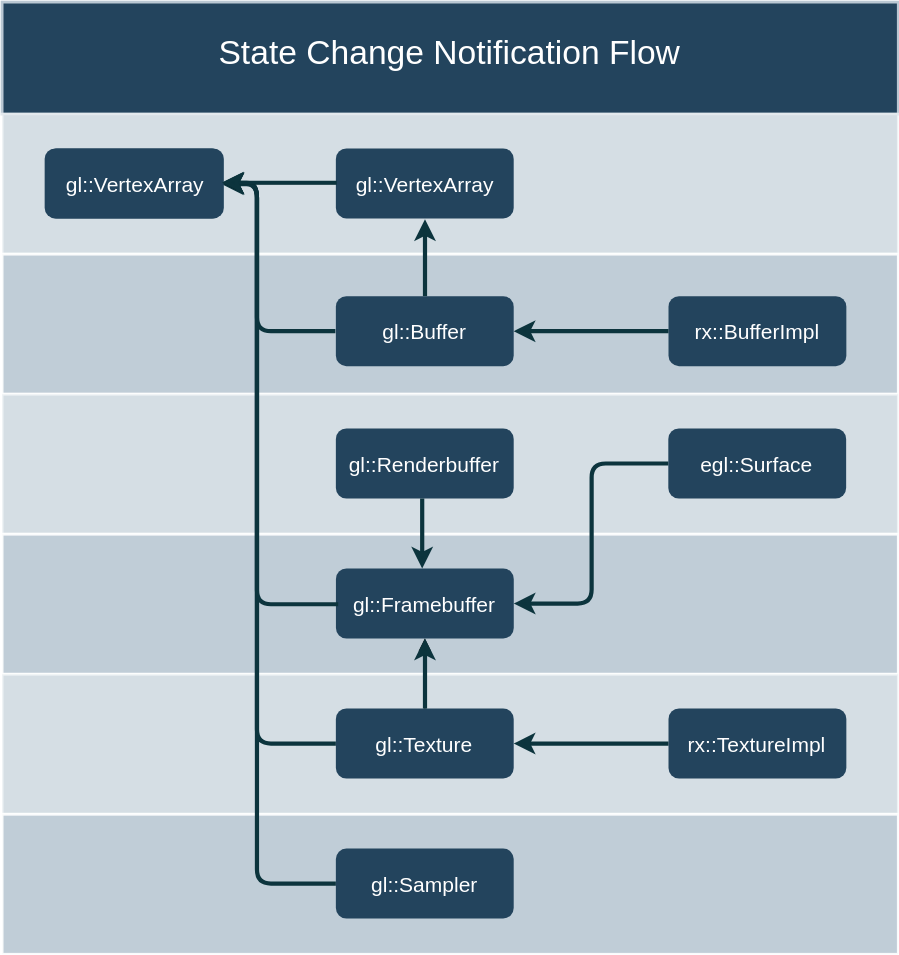
Before: doc/img/StateChangeNotificationFlow.svg, a diagram exported from draw.io (google/angle). Source tidied: cells renumbered, new cells last; positions are measured from the earlier drawing's top-left corner, leaving out a move shared by most shapes.
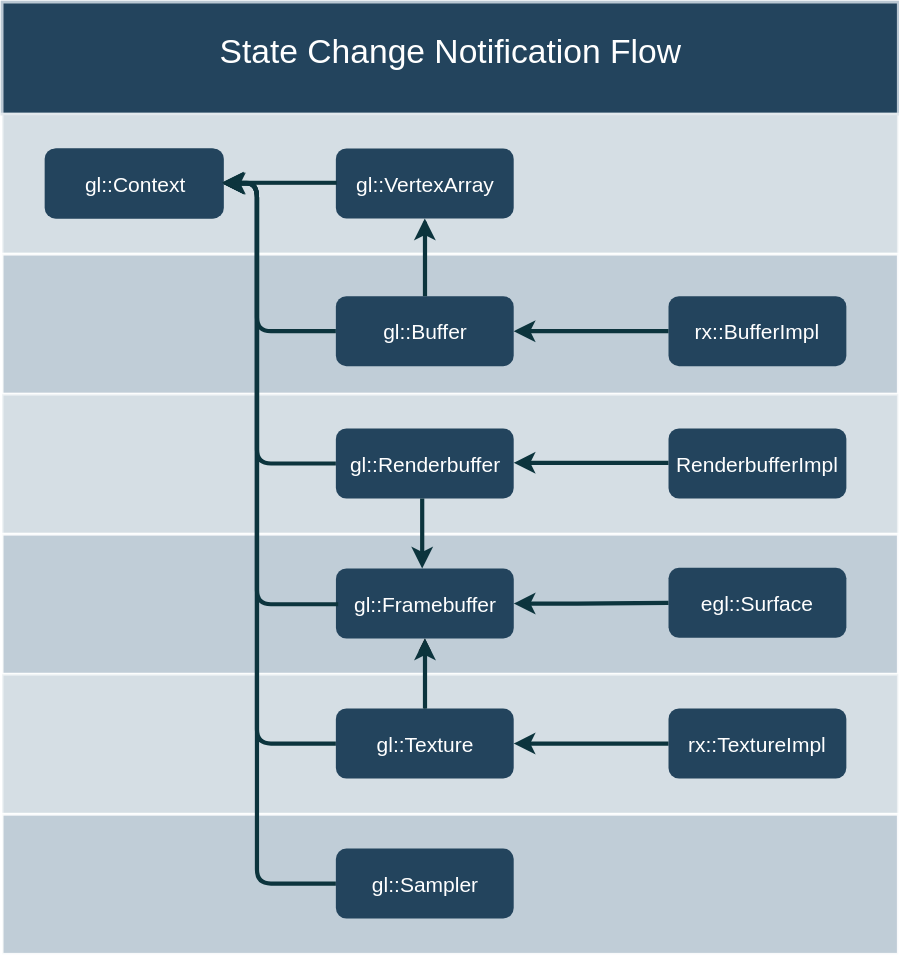
The same file after the commit.

Commit message:
Update dirty bits flow example.

Had an incorrect label for the gl::Context and was missing a
few edges for new connections.

Bug: None
Commit-Queue: Jamie Madill <jmadill@chromium.org>

What changed in the source:
```diff
@@ -57,7 +57,7 @@
       <mxGeometry x="238.4" y="504.5" width="127" height="50" as="geometry" />
     </mxCell>
     <mxCell id="18" value="egl::Surface" style="rounded=1;fillColor=#23445D;strokeColor=none;strokeWidth=2;fontFamily=Helvetica;html=1;gradientColor=none;fontColor=#FFFFFF;fontSize=15;" parent="1" vertex="1">
-      <mxGeometry x="475.8" y="304.5" width="127" height="50" as="geometry" />
+      <mxGeometry x="475.9" y="404" width="127" height="50" as="geometry" />
     </mxCell>
     <mxCell id="19" style="edgeStyle=elbowEdgeStyle;elbow=horizontal;strokeWidth=3;strokeColor=#0C343D;fontFamily=Helvetica;html=1;endArrow=none;endFill=0;startArrow=classic;startFill=1;" parent="1" edge="1" source="10" target="17">
       <mxGeometry x="-193.6" y="820.5" as="geometry">
@@ -85,10 +85,9 @@
     <mxCell id="24" style="edgeStyle=elbowEdgeStyle;elbow=horizontal;strokeWidth=3;strokeColor=#0C343D;fontFamily=Helvetica;html=1;endArrow=none;endFill=0;startArrow=classic;startFill=1;" parent="1" edge="1" source="17" target="15">
       <mxGeometry x="-193.6" y="820.5" as="geometry" />
     </mxCell>
-    <mxCell id="25" style="edgeStyle=elbowEdgeStyle;elbow=horizontal;strokeWidth=3;strokeColor=#0C343D;fontFamily=Helvetica;html=1;endArrow=none;endFill=0;startArrow=classic;startFill=1;" parent="1" edge="1">
+    <mxCell id="25" style="edgeStyle=elbowEdgeStyle;elbow=horizontal;strokeWidth=3;strokeColor=#0C343D;fontFamily=Helvetica;html=1;endArrow=none;endFill=0;startArrow=classic;startFill=1;entryX=0;entryY=0.5;entryDx=0;entryDy=0;" parent="1" edge="1" target="18">
       <mxGeometry x="-193.6" y="820.5" as="geometry">
         <mxPoint x="365.4" y="429.5" as="sourcePoint" />
-        <mxPoint x="475.8" y="329.5" as="targetPoint" />
       </mxGeometry>
     </mxCell>
     <mxCell id="26" style="edgeStyle=elbowEdgeStyle;elbow=horizontal;strokeWidth=3;strokeColor=#0C343D;fontFamily=Helvetica;html=1;entryX=0;entryY=0.5;entryDx=0;entryDy=0;endArrow=none;endFill=0;startArrow=classic;startFill=1;exitX=1;exitY=0.5;exitDx=0;exitDy=0;" parent="1" edge="1" source="10">
@@ -105,7 +104,7 @@
     <mxCell id="28" value="gl::VertexArray&lt;br style=&quot;font-size: 15px;&quot;&gt;" style="rounded=1;fillColor=#23445D;strokeColor=none;strokeWidth=2;fontFamily=Helvetica;html=1;gradientColor=none;fontColor=#FFFFFF;fontSize=15;" parent="1" vertex="1">
       <mxGeometry x="238.4" y="104.5" width="127" height="50" as="geometry" />
     </mxCell>
-    <mxCell id="29" value="gl::VertexArray&lt;br style=&quot;font-size: 15px;&quot;&gt;" style="rounded=1;fillColor=#23445D;strokeColor=none;strokeWidth=2;fontFamily=Helvetica;html=1;gradientColor=none;fontColor=#FFFFFF;fontSize=15;" parent="1" vertex="1">
+    <mxCell id="29" value="gl::Context" style="rounded=1;fillColor=#23445D;strokeColor=none;strokeWidth=2;fontFamily=Helvetica;html=1;gradientColor=none;fontColor=#FFFFFF;fontSize=15;" parent="1" vertex="1">
       <mxGeometry x="31.4" y="104.5" width="127" height="50" as="geometry" />
     </mxCell>
     <mxCell id="30" value="gl::Renderbuffer" style="rounded=1;fillColor=#23445D;strokeColor=none;strokeWidth=2;fontFamily=Helvetica;html=1;gradientColor=none;fontColor=#FFFFFF;fontSize=15;" parent="1" vertex="1">
@@ -123,5 +122,22 @@
         <mxPoint x="239" y="129" as="targetPoint" />
       </mxGeometry>
     </mxCell>
+    <mxCell id="33" value="RenderbufferImpl" style="rounded=1;fillColor=#23445D;strokeColor=none;strokeWidth=2;fontFamily=Helvetica;html=1;gradientColor=none;fontColor=#FFFFFF;fontSize=15;" parent="1" vertex="1">
+      <mxGeometry x="475.9" y="304.5" width="127" height="50" as="geometry" />
+    </mxCell>
+    <mxCell id="34" style="edgeStyle=elbowEdgeStyle;elbow=horizontal;strokeWidth=3;strokeColor=#0C343D;fontFamily=Helvetica;html=1;endArrow=none;endFill=0;startArrow=classic;startFill=1;" parent="1" edge="1">
+      <mxGeometry x="-193.6" y="914.5" as="geometry">
+        <mxPoint x="365.4" y="329" as="sourcePoint" />
+        <mxPoint x="475.9" y="329" as="targetPoint" />
+      </mxGeometry>
+    </mxCell>
+    <mxCell id="35" style="edgeStyle=orthogonalEdgeStyle;rounded=1;jumpStyle=none;html=1;exitX=1;exitY=0.5;entryX=0;entryY=0.5;labelBackgroundColor=#ffffff;startArrow=classic;startFill=1;endArrow=none;jettySize=auto;strokeColor=#0C343D;strokeWidth=3;fontFamily=Helvetica;fontSize=11;fontColor=#000000;endFill=0;entryDx=0;entryDy=0;exitDx=0;exitDy=0;" parent="1" edge="1" source="29" target="30">
+      <mxGeometry relative="1" as="geometry">
+        <Array as="points">
+          <mxPoint x="182" y="130" />
+          <mxPoint x="182" y="330" />
+        </Array>
+      </mxGeometry>
+    </mxCell>
   </root>
 </mxGraphModel>
```
